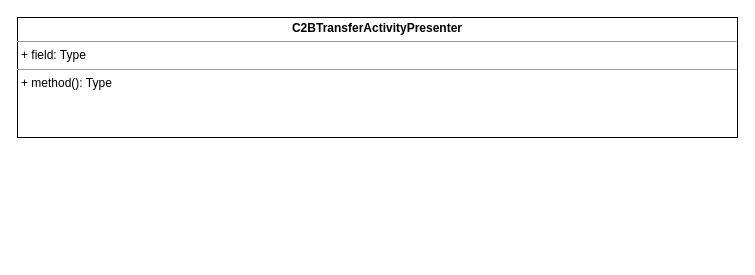
Earlier version of the draw.io diagram UNI-14928.drawio (ShiryaevNikolay/diagrams). Source tidied: cells renumbered, new cells numbered last; positions are measured from the earlier drawing's top-left corner, leaving out a move shared by most shapes. Both pictures are drawn from the tidied source at 100%, with x=0, y=0 at pixel (17, 17).
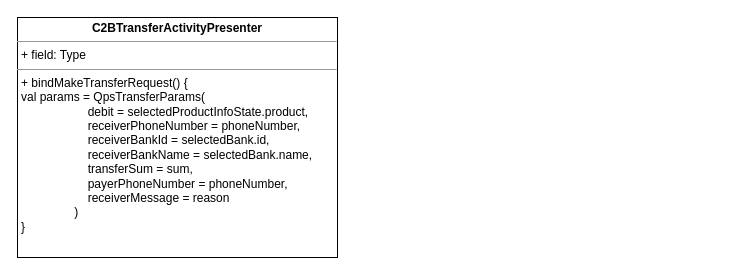
Above is the later version.

What changed in the source:
```diff
@@
 <mxGraphModel>
   <root>
     <mxCell id="0" />
     <mxCell id="1" parent="0" />
-    <mxCell id="2" value="&lt;p style=&quot;margin: 0px ; margin-top: 4px ; text-align: center&quot;&gt;&lt;b&gt;C2BTransferActivityPresenter&lt;/b&gt;&lt;/p&gt;&lt;hr size=&quot;1&quot;&gt;&lt;p style=&quot;margin: 0px ; margin-left: 4px&quot;&gt;+ field: Type&lt;/p&gt;&lt;hr size=&quot;1&quot;&gt;&lt;p style=&quot;margin: 0px ; margin-left: 4px&quot;&gt;+ method(): Type&lt;/p&gt;" style="verticalAlign=top;align=left;overflow=fill;fontSize=12;fontFamily=Helvetica;html=1;" parent="1" vertex="1">
-      <mxGeometry width="720" height="120" as="geometry" />
+    <mxCell id="2" value="&lt;p style=&quot;margin: 0px ; margin-top: 4px ; text-align: center&quot;&gt;&lt;b&gt;C2BTransferActivityPresenter&lt;/b&gt;&lt;/p&gt;&lt;hr size=&quot;1&quot;&gt;&lt;p style=&quot;margin: 0px ; margin-left: 4px&quot;&gt;+ field: Type&lt;/p&gt;&lt;hr size=&quot;1&quot;&gt;&lt;p style=&quot;margin: 0px ; margin-left: 4px&quot;&gt;+ bindMakeTransferRequest() {&lt;/p&gt;&lt;p style=&quot;margin: 0px ; margin-left: 4px&quot;&gt;val params = QpsTransferParams(&lt;br&gt;&amp;nbsp;&amp;nbsp;&amp;nbsp;&amp;nbsp;&amp;nbsp;&amp;nbsp;&amp;nbsp;&amp;nbsp;&amp;nbsp;&amp;nbsp;&amp;nbsp;&amp;nbsp;&amp;nbsp;&amp;nbsp;&amp;nbsp;&amp;nbsp;&amp;nbsp;&amp;nbsp;&amp;nbsp; debit = selectedProductInfoState.product,&lt;br&gt;&amp;nbsp;&amp;nbsp;&amp;nbsp;&amp;nbsp;&amp;nbsp;&amp;nbsp;&amp;nbsp;&amp;nbsp;&amp;nbsp;&amp;nbsp;&amp;nbsp;&amp;nbsp;&amp;nbsp;&amp;nbsp;&amp;nbsp;&amp;nbsp;&amp;nbsp;&amp;nbsp;&amp;nbsp; receiverPhoneNumber = phoneNumber,&lt;br&gt;&amp;nbsp;&amp;nbsp;&amp;nbsp;&amp;nbsp;&amp;nbsp;&amp;nbsp;&amp;nbsp;&amp;nbsp;&amp;nbsp;&amp;nbsp;&amp;nbsp;&amp;nbsp;&amp;nbsp;&amp;nbsp;&amp;nbsp;&amp;nbsp;&amp;nbsp;&amp;nbsp;&amp;nbsp; receiverBankId = selectedBank.id,&lt;br&gt;&amp;nbsp;&amp;nbsp;&amp;nbsp;&amp;nbsp;&amp;nbsp;&amp;nbsp;&amp;nbsp;&amp;nbsp;&amp;nbsp;&amp;nbsp;&amp;nbsp;&amp;nbsp;&amp;nbsp;&amp;nbsp;&amp;nbsp;&amp;nbsp;&amp;nbsp;&amp;nbsp;&amp;nbsp; receiverBankName = selectedBank.name,&lt;br&gt;&amp;nbsp;&amp;nbsp;&amp;nbsp;&amp;nbsp;&amp;nbsp;&amp;nbsp;&amp;nbsp;&amp;nbsp;&amp;nbsp;&amp;nbsp;&amp;nbsp;&amp;nbsp;&amp;nbsp;&amp;nbsp;&amp;nbsp;&amp;nbsp;&amp;nbsp;&amp;nbsp;&amp;nbsp; transferSum = sum,&lt;br&gt;&amp;nbsp;&amp;nbsp;&amp;nbsp;&amp;nbsp;&amp;nbsp;&amp;nbsp;&amp;nbsp;&amp;nbsp;&amp;nbsp;&amp;nbsp;&amp;nbsp;&amp;nbsp;&amp;nbsp;&amp;nbsp;&amp;nbsp;&amp;nbsp;&amp;nbsp;&amp;nbsp;&amp;nbsp; payerPhoneNumber = phoneNumber,&lt;br&gt;&amp;nbsp;&amp;nbsp;&amp;nbsp;&amp;nbsp;&amp;nbsp;&amp;nbsp;&amp;nbsp;&amp;nbsp;&amp;nbsp;&amp;nbsp;&amp;nbsp;&amp;nbsp;&amp;nbsp;&amp;nbsp;&amp;nbsp;&amp;nbsp;&amp;nbsp;&amp;nbsp;&amp;nbsp; receiverMessage = reason&lt;br&gt;&amp;nbsp;&amp;nbsp;&amp;nbsp;&amp;nbsp;&amp;nbsp;&amp;nbsp;&amp;nbsp;&amp;nbsp;&amp;nbsp;&amp;nbsp;&amp;nbsp;&amp;nbsp;&amp;nbsp;&amp;nbsp;&amp;nbsp; )&lt;br&gt;&lt;/p&gt;&lt;p style=&quot;margin: 0px ; margin-left: 4px&quot;&gt;}&lt;br&gt;&lt;/p&gt;" style="verticalAlign=top;align=left;overflow=fill;fontSize=12;fontFamily=Helvetica;html=1;" parent="1" vertex="1">
+      <mxGeometry width="320" height="240" as="geometry" />
     </mxCell>
   </root>
 </mxGraphModel>
```
